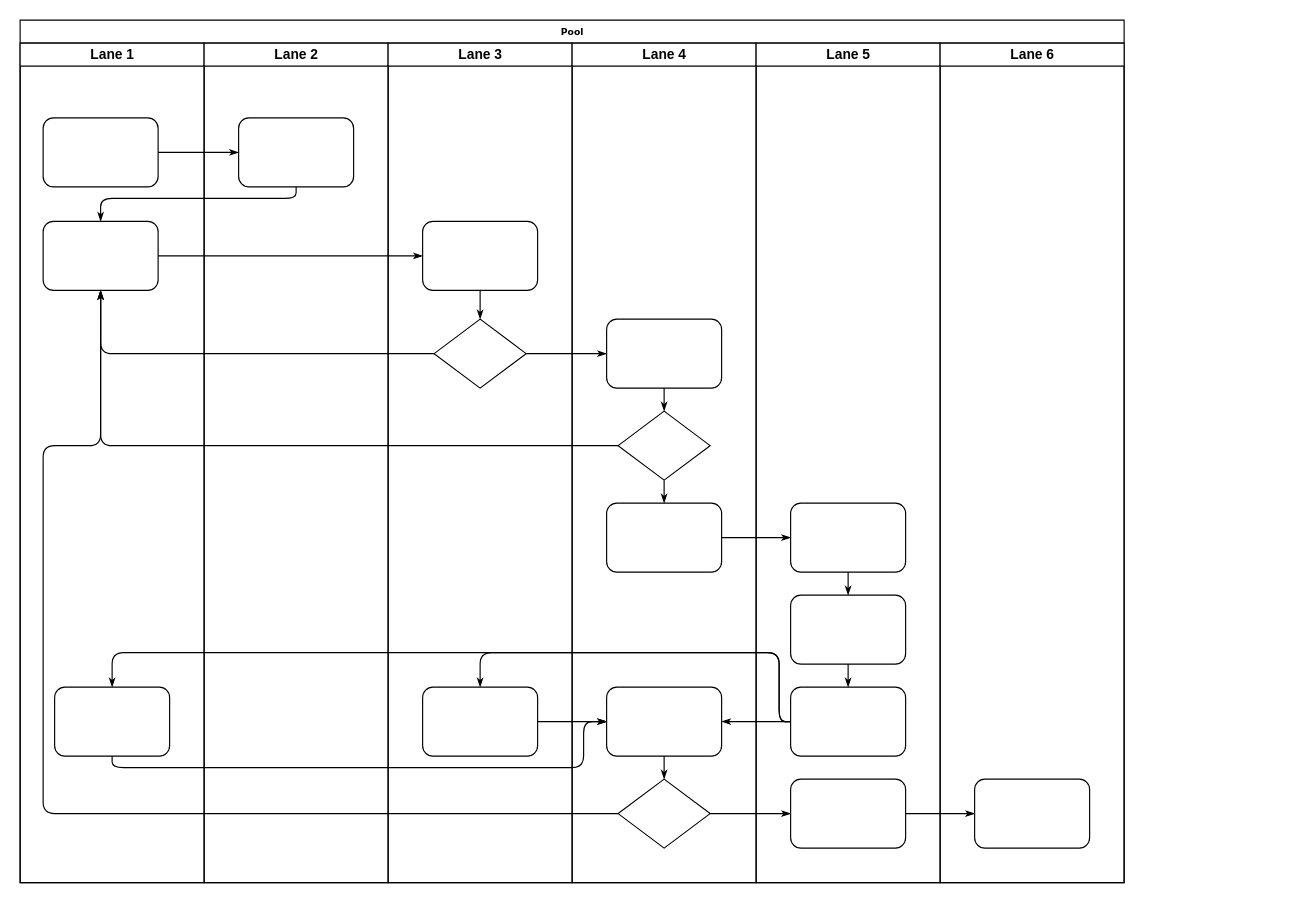
Above: data/珠海联邦.drawio in chenyanxi/hosts (draw.io), before the change. Source tidied: cells renumbered, new cells numbered last; positions are measured from the earlier drawing's top-left corner, leaving out a move shared by most shapes. Both pictures are drawn from the tidied source at 115%, with x=0, y=0 at pixel (20, 20).
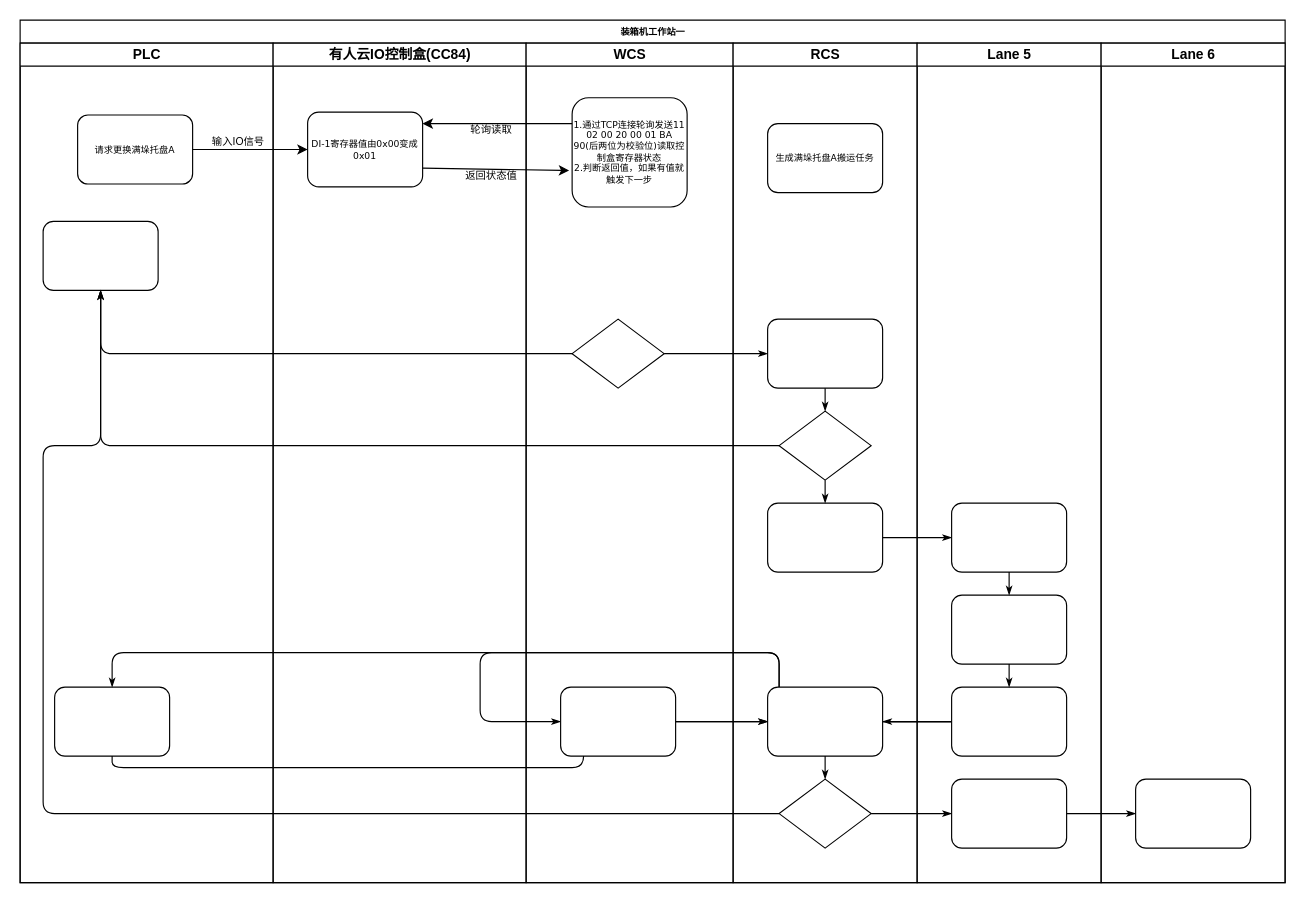
Above is the later version.

Commit message:
更新珠海联邦.drawio

Unchanged cells that the change refers to:
```xml
<mxCell id="5" style="rounded=1;whiteSpace=wrap;html=1;shadow=0;labelBackgroundColor=none;strokeWidth=1;fontFamily=Verdana;fontSize=8;align=center;" parent="3" vertex="1">
  <mxGeometry x="20" y="155" width="100" height="60" as="geometry" />
</mxCell>
<mxCell id="26" style="rhombus;whiteSpace=wrap;html=1;rounded=0;shadow=0;labelBackgroundColor=none;strokeWidth=1;fontFamily=Verdana;fontSize=8;align=center;" parent="24" vertex="1">
  <mxGeometry x="40" y="240" width="80" height="60" as="geometry" />
</mxCell>
```

Diff of the diagram source:
```diff
@@
-    <mxCell id="2" value="Pool" style="swimlane;html=1;startSize=20;rounded=0;shadow=0;labelBackgroundColor=none;strokeWidth=1;fontFamily=Verdana;fontSize=8;align=center;" parent="1" vertex="1">
-      <mxGeometry width="960" height="750" as="geometry" />
+    <mxCell id="2" value="装箱机工作站一" style="swimlane;html=1;startSize=20;rounded=0;shadow=0;labelBackgroundColor=none;strokeWidth=1;fontFamily=Verdana;fontSize=8;align=center;" parent="1" vertex="1">
+      <mxGeometry width="1100" height="750" as="geometry" />
     </mxCell>
-    <mxCell id="3" value="Lane 1" style="swimlane;html=1;startSize=20;" parent="2" vertex="1">
-      <mxGeometry y="20" width="160" height="730" as="geometry" />
+    <mxCell id="3" value="PLC" style="swimlane;html=1;startSize=20;" parent="2" vertex="1">
+      <mxGeometry y="20" width="220" height="730" as="geometry" />
     </mxCell>
-    <mxCell id="4" style="rounded=1;whiteSpace=wrap;html=1;shadow=0;labelBackgroundColor=none;strokeWidth=1;fontFamily=Verdana;fontSize=8;align=center;" parent="3" vertex="1">
-      <mxGeometry x="20" y="65" width="100" height="60" as="geometry" />
+    <mxCell id="4" value="请求更换满垛托盘A" style="rounded=1;whiteSpace=wrap;html=1;shadow=0;labelBackgroundColor=none;strokeWidth=1;fontFamily=Verdana;fontSize=8;align=center;" parent="3" vertex="1">
+      <mxGeometry x="50" y="62.5" width="100" height="60" as="geometry" />
     </mxCell>
@@
-    <mxCell id="7" style="edgeStyle=orthogonalEdgeStyle;rounded=1;html=1;labelBackgroundColor=none;startArrow=none;startFill=0;startSize=5;endArrow=classicThin;endFill=1;endSize=5;jettySize=auto;strokeWidth=1;fontFamily=Verdana;fontSize=8;" parent="2" edge="1" source="4" target="23">
-      <mxGeometry relative="1" as="geometry" />
-    </mxCell>
-    <mxCell id="8" style="edgeStyle=orthogonalEdgeStyle;rounded=1;html=1;labelBackgroundColor=none;startArrow=none;startFill=0;startSize=5;endArrow=classicThin;endFill=1;endSize=5;jettySize=auto;strokeWidth=1;fontFamily=Verdana;fontSize=8;" parent="2" edge="1" source="23" target="5">
-      <mxGeometry relative="1" as="geometry">
-        <Array as="points">
-          <mxPoint x="240" y="155" />
-          <mxPoint x="70" y="155" />
-        </Array>
-      </mxGeometry>
-    </mxCell>
-    <mxCell id="9" style="edgeStyle=orthogonalEdgeStyle;rounded=1;html=1;labelBackgroundColor=none;startArrow=none;startFill=0;startSize=5;endArrow=classicThin;endFill=1;endSize=5;jettySize=auto;strokeWidth=1;fontFamily=Verdana;fontSize=8;" parent="2" edge="1" source="5" target="25">
-      <mxGeometry relative="1" as="geometry" />
-    </mxCell>
+    <mxCell id="47" value="&lt;font style=&quot;font-size: 9px;&quot;&gt;输入IO信号&lt;/font&gt;" style="text;html=1;strokeColor=none;fillColor=none;align=center;verticalAlign=middle;whiteSpace=wrap;rounded=0;" parent="3" vertex="1">
+      <mxGeometry x="160" y="70" width="60" height="30" as="geometry" />
+    </mxCell>
@@
-    <mxCell id="22" value="Lane 2" style="swimlane;html=1;startSize=20;" parent="2" vertex="1">
-      <mxGeometry x="160" y="20" width="160" height="730" as="geometry" />
+    <mxCell id="22" value="有人云IO控制盒(CC84)" style="swimlane;html=1;startSize=20;" parent="2" vertex="1">
+      <mxGeometry x="220" y="20" width="220" height="730" as="geometry" />
     </mxCell>
-    <mxCell id="23" style="rounded=1;whiteSpace=wrap;html=1;shadow=0;labelBackgroundColor=none;strokeWidth=1;fontFamily=Verdana;fontSize=8;align=center;" parent="22" vertex="1">
-      <mxGeometry x="30" y="65" width="100" height="60" as="geometry" />
+    <mxCell id="23" value="DI-1寄存器值由0x00变成0x01" style="rounded=1;whiteSpace=wrap;html=1;shadow=0;labelBackgroundColor=none;strokeWidth=1;fontFamily=Verdana;fontSize=8;align=center;" parent="22" vertex="1">
+      <mxGeometry x="30" y="60" width="100" height="65" as="geometry" />
     </mxCell>
+    <mxCell id="48" value="&lt;font style=&quot;font-size: 9px;&quot;&gt;轮询读取&lt;/font&gt;" style="text;html=1;strokeColor=none;fillColor=none;align=center;verticalAlign=middle;whiteSpace=wrap;rounded=0;" parent="22" vertex="1">
+      <mxGeometry x="160" y="60" width="60" height="30" as="geometry" />
+    </mxCell>
+    <mxCell id="49" value="&lt;font style=&quot;font-size: 9px;&quot;&gt;返回状态值&lt;/font&gt;" style="text;html=1;strokeColor=none;fillColor=none;align=center;verticalAlign=middle;whiteSpace=wrap;rounded=0;" parent="22" vertex="1">
+      <mxGeometry x="160" y="100" width="60" height="30" as="geometry" />
+    </mxCell>
-    <mxCell id="24" value="Lane 3" style="swimlane;html=1;startSize=20;" parent="2" vertex="1">
-      <mxGeometry x="320" y="20" width="160" height="730" as="geometry" />
+    <mxCell id="24" value="WCS" style="swimlane;html=1;startSize=20;" parent="2" vertex="1">
+      <mxGeometry x="440" y="20" width="180" height="730" as="geometry" />
     </mxCell>
-    <mxCell id="25" style="rounded=1;whiteSpace=wrap;html=1;shadow=0;labelBackgroundColor=none;strokeWidth=1;fontFamily=Verdana;fontSize=8;align=center;" parent="24" vertex="1">
-      <mxGeometry x="30" y="155" width="100" height="60" as="geometry" />
+    <mxCell id="25" value="1.通过TCP连接轮询发送11 02 00 20 00 01 BA 90(后两位为校验位)读取控制盒寄存器状态&lt;br&gt;2.判断返回值，如果有值就触发下一步" style="rounded=1;whiteSpace=wrap;html=1;shadow=0;labelBackgroundColor=none;strokeWidth=1;fontFamily=Verdana;fontSize=8;align=center;" parent="24" vertex="1">
+      <mxGeometry x="40" y="47.5" width="100" height="95" as="geometry" />
     </mxCell>
@@
-    <mxCell id="28" style="edgeStyle=orthogonalEdgeStyle;rounded=1;html=1;labelBackgroundColor=none;startArrow=none;startFill=0;startSize=5;endArrow=classicThin;endFill=1;endSize=5;jettySize=auto;strokeWidth=1;fontFamily=Verdana;fontSize=8;" parent="24" edge="1" source="25" target="26">
-      <mxGeometry relative="1" as="geometry" />
-    </mxCell>
-    <mxCell id="29" value="Lane 4" style="swimlane;html=1;startSize=20;" parent="2" vertex="1">
-      <mxGeometry x="480" y="20" width="160" height="730" as="geometry" />
+    <mxCell id="29" value="RCS" style="swimlane;html=1;startSize=20;" parent="2" vertex="1">
+      <mxGeometry x="620" y="20" width="160" height="730" as="geometry" />
     </mxCell>
@@
+    <mxCell id="50" value="生成满垛托盘A搬运任务" style="rounded=1;whiteSpace=wrap;html=1;shadow=0;labelBackgroundColor=none;strokeWidth=1;fontFamily=Verdana;fontSize=8;align=center;" parent="29" vertex="1">
+      <mxGeometry x="30" y="70" width="100" height="60" as="geometry" />
+    </mxCell>
     <mxCell id="38" value="Lane 5" style="swimlane;html=1;startSize=20;" parent="2" vertex="1">
-      <mxGeometry x="640" y="20" width="160" height="730" as="geometry" />
+      <mxGeometry x="780" y="20" width="160" height="730" as="geometry" />
     </mxCell>
@@
     <mxCell id="45" value="Lane 6" style="swimlane;html=1;startSize=20;" parent="2" vertex="1">
-      <mxGeometry x="800" y="20" width="160" height="730" as="geometry" />
+      <mxGeometry x="940" y="20" width="160" height="730" as="geometry" />
     </mxCell>
@@
+    <mxCell id="51" style="endArrow=classic;html=1;rounded=0;" parent="2" edge="1">
+      <mxGeometry relative="1" as="geometry">
+        <mxPoint x="480" y="90" as="sourcePoint" />
+        <mxPoint x="350" y="90" as="targetPoint" />
+      </mxGeometry>
+    </mxCell>
+    <mxCell id="52" style="endArrow=classic;html=1;rounded=0;entryX=-0.026;entryY=0.666;entryDx=0;entryDy=0;exitX=1;exitY=0.75;exitDx=0;exitDy=0;entryPerimeter=0;" parent="2" edge="1" source="23" target="25">
+      <mxGeometry relative="1" as="geometry" />
+    </mxCell>
+    <mxCell id="7" style="endArrow=classic;html=1;rounded=0;exitX=1;exitY=0.5;exitDx=0;exitDy=0;entryX=0;entryY=0.5;entryDx=0;entryDy=0;" parent="2" edge="1" source="4" target="23">
+      <mxGeometry relative="1" as="geometry" />
+    </mxCell>
```
